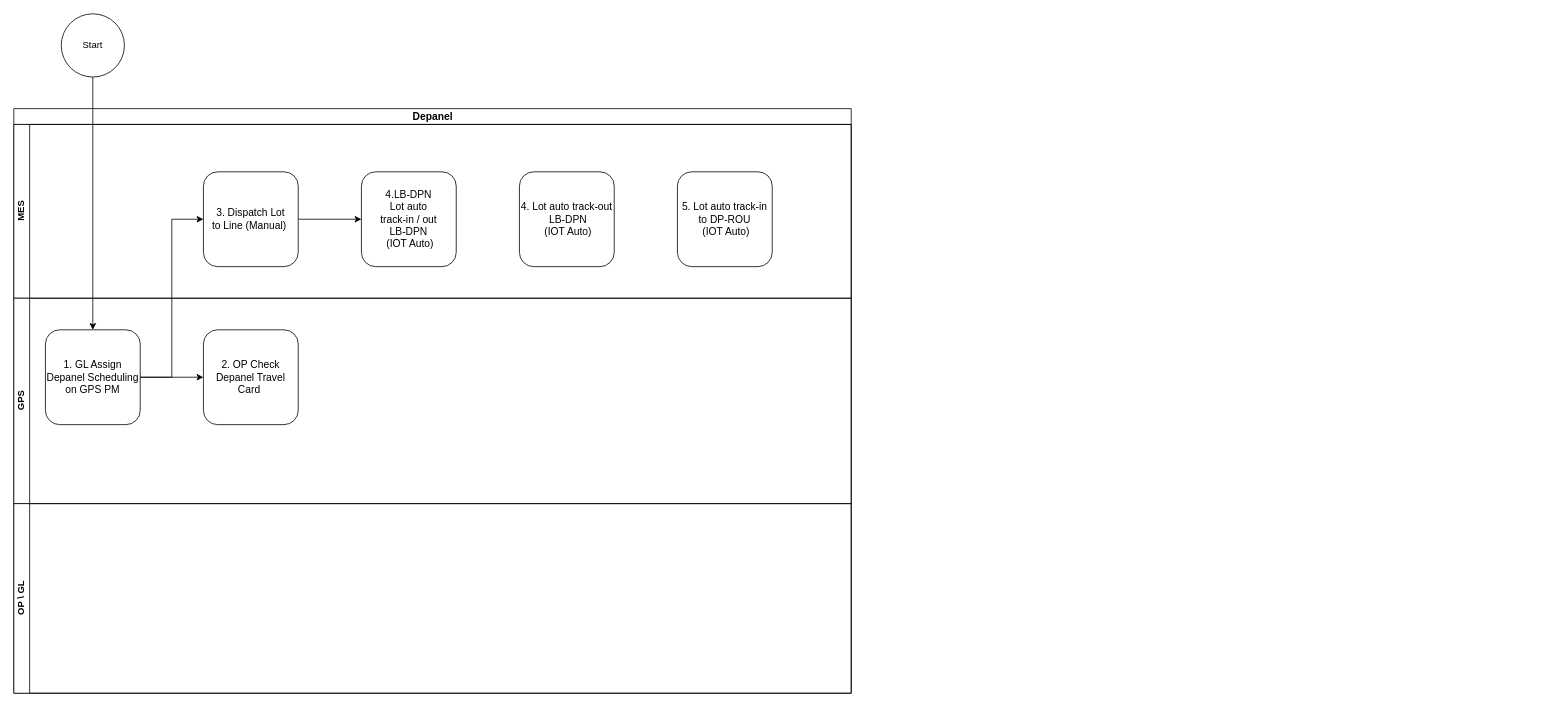
vinceliao99/MyDiagrams keeps this draw.io diagram as MES Flow/Depanel.drawio. Above is the earlier version. Source tidied: cells renumbered, new cells numbered last; positions are measured from the earlier drawing's top-left corner, leaving out a move shared by most shapes. Both pictures are drawn from the tidied source at 79%, with x=0, y=0 at pixel (13, 13).
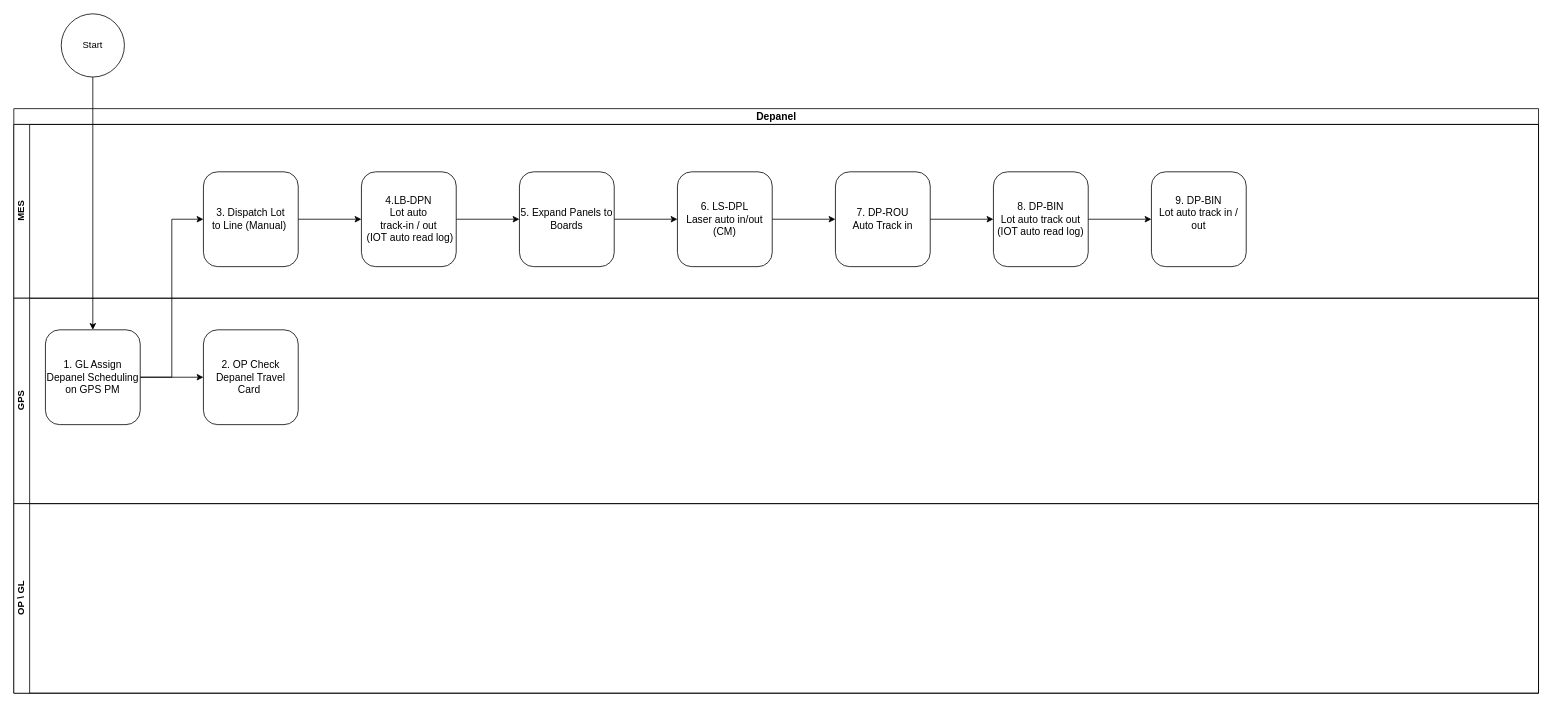
Above is the later version.

Diff of the diagram source:
```diff
@@
     <mxCell id="2" value="&lt;font style=&quot;font-size: 13px;&quot;&gt;Depanel&lt;/font&gt;" style="swimlane;horizontal=1;startSize=20;html=1;" parent="1" vertex="1">
-      <mxGeometry y="120" width="1060" height="740" as="geometry" />
+      <mxGeometry y="120" width="1930" height="740" as="geometry" />
     </mxCell>
     <mxCell id="3" value="MES" style="swimlane;startSize=20;horizontal=0;html=1;" parent="2" vertex="1">
-      <mxGeometry y="20" width="1060" height="220" as="geometry" />
+      <mxGeometry y="20" width="1930" height="220" as="geometry" />
     </mxCell>
@@
+    <mxCell id="17" style="edgeStyle=orthogonalEdgeStyle;rounded=0;jettySize=auto;html=1;exitX=1;exitY=0.5;exitDx=0;exitDy=0;entryX=0;entryY=0.5;entryDx=0;entryDy=0;" parent="3" edge="1" source="6" target="7">
+      <mxGeometry relative="1" as="geometry" />
+    </mxCell>
-    <mxCell id="6" value="&lt;font style=&quot;font-size: 13px;&quot;&gt;4.LB-DPN&lt;br&gt;Lot auto &lt;br&gt;track-in / out&lt;br&gt;LB-DPN&lt;br&gt;&amp;nbsp;(IOT Auto)&lt;/font&gt;" style="rounded=1;whiteSpace=wrap;html=1;" parent="3" vertex="1">
+    <mxCell id="6" value="&lt;font style=&quot;font-size: 13px;&quot;&gt;4.LB-DPN&lt;br&gt;Lot auto &lt;br&gt;track-in / out&lt;br&gt;&amp;nbsp;(IOT auto read log)&lt;/font&gt;" style="rounded=1;whiteSpace=wrap;html=1;" parent="3" vertex="1">
       <mxGeometry x="440" y="60" width="120" height="120" as="geometry" />
     </mxCell>
+    <mxCell id="18" style="edgeStyle=orthogonalEdgeStyle;rounded=0;jettySize=auto;html=1;exitX=1;exitY=0.5;exitDx=0;exitDy=0;entryX=0;entryY=0.5;entryDx=0;entryDy=0;" parent="3" edge="1" source="7" target="21">
+      <mxGeometry relative="1" as="geometry" />
+    </mxCell>
-    <mxCell id="7" value="&lt;font style=&quot;font-size: 13px;&quot;&gt;4. Lot auto track-out&lt;br&gt;&amp;nbsp;LB-DPN&lt;br&gt;&amp;nbsp;(IOT Auto)&lt;/font&gt;" style="rounded=1;whiteSpace=wrap;html=1;" parent="3" vertex="1">
+    <mxCell id="7" value="&lt;font style=&quot;font-size: 13px;&quot;&gt;5. Expand Panels to Boards&lt;/font&gt;" style="rounded=1;whiteSpace=wrap;html=1;" parent="3" vertex="1">
       <mxGeometry x="640" y="60" width="120" height="120" as="geometry" />
     </mxCell>
+    <mxCell id="19" style="edgeStyle=orthogonalEdgeStyle;rounded=0;jettySize=auto;html=1;exitX=1;exitY=0.5;exitDx=0;exitDy=0;entryX=0;entryY=0.5;entryDx=0;entryDy=0;" parent="3" edge="1" source="8" target="23">
+      <mxGeometry relative="1" as="geometry" />
+    </mxCell>
-    <mxCell id="8" value="&lt;font style=&quot;font-size: 13px;&quot;&gt;5. Lot auto track-in&lt;br&gt;to DP-ROU&lt;br&gt;&amp;nbsp;(IOT Auto)&lt;/font&gt;" style="rounded=1;whiteSpace=wrap;html=1;" parent="3" vertex="1">
-      <mxGeometry x="840" y="60" width="120" height="120" as="geometry" />
+    <mxCell id="8" value="&lt;font style=&quot;font-size: 13px;&quot;&gt;7. DP-ROU&lt;br&gt;Auto Track in&lt;br&gt;&lt;/font&gt;" style="rounded=1;whiteSpace=wrap;html=1;" parent="3" vertex="1">
+      <mxGeometry x="1040" y="60" width="120" height="120" as="geometry" />
     </mxCell>
+    <mxCell id="20" style="edgeStyle=orthogonalEdgeStyle;rounded=0;jettySize=auto;html=1;exitX=1;exitY=0.5;exitDx=0;exitDy=0;entryX=0;entryY=0.5;entryDx=0;entryDy=0;" parent="3" edge="1" source="21" target="8">
+      <mxGeometry relative="1" as="geometry" />
+    </mxCell>
+    <mxCell id="21" value="&lt;font style=&quot;font-size: 13px;&quot;&gt;6. LS-DPL&lt;br&gt;Laser auto in/out&lt;br&gt;(CM)&lt;br&gt;&lt;/font&gt;" style="rounded=1;whiteSpace=wrap;html=1;" parent="3" vertex="1">
+      <mxGeometry x="840" y="60" width="120" height="120" as="geometry" />
+    </mxCell>
+    <mxCell id="22" style="edgeStyle=orthogonalEdgeStyle;rounded=0;jettySize=auto;html=1;exitX=1;exitY=0.5;exitDx=0;exitDy=0;entryX=0;entryY=0.5;entryDx=0;entryDy=0;" parent="3" edge="1" source="23" target="24">
+      <mxGeometry relative="1" as="geometry" />
+    </mxCell>
+    <mxCell id="23" value="&lt;font style=&quot;font-size: 13px;&quot;&gt;8. DP-BIN&lt;br&gt;Lot auto track out&lt;br&gt;(IOT auto read log)&lt;br&gt;&lt;/font&gt;" style="rounded=1;whiteSpace=wrap;html=1;" parent="3" vertex="1">
+      <mxGeometry x="1240" y="60" width="120" height="120" as="geometry" />
+    </mxCell>
+    <mxCell id="24" value="&lt;font style=&quot;font-size: 13px;&quot;&gt;9. DP-BIN&lt;br&gt;Lot auto track in / out&lt;br&gt;&lt;br&gt;&lt;/font&gt;" style="rounded=1;whiteSpace=wrap;html=1;" parent="3" vertex="1">
+      <mxGeometry x="1440" y="60" width="120" height="120" as="geometry" />
+    </mxCell>
     <mxCell id="9" value="GPS" style="swimlane;startSize=20;horizontal=0;html=1;" parent="2" vertex="1">
-      <mxGeometry y="240" width="1060" height="260" as="geometry" />
+      <mxGeometry y="240" width="1930" height="260" as="geometry" />
     </mxCell>
@@
     <mxCell id="13" value="OP \ GL" style="swimlane;startSize=20;horizontal=0;html=1;" parent="2" vertex="1">
-      <mxGeometry y="500" width="1060" height="240" as="geometry" />
+      <mxGeometry y="500" width="1930" height="240" as="geometry" />
     </mxCell>
```
